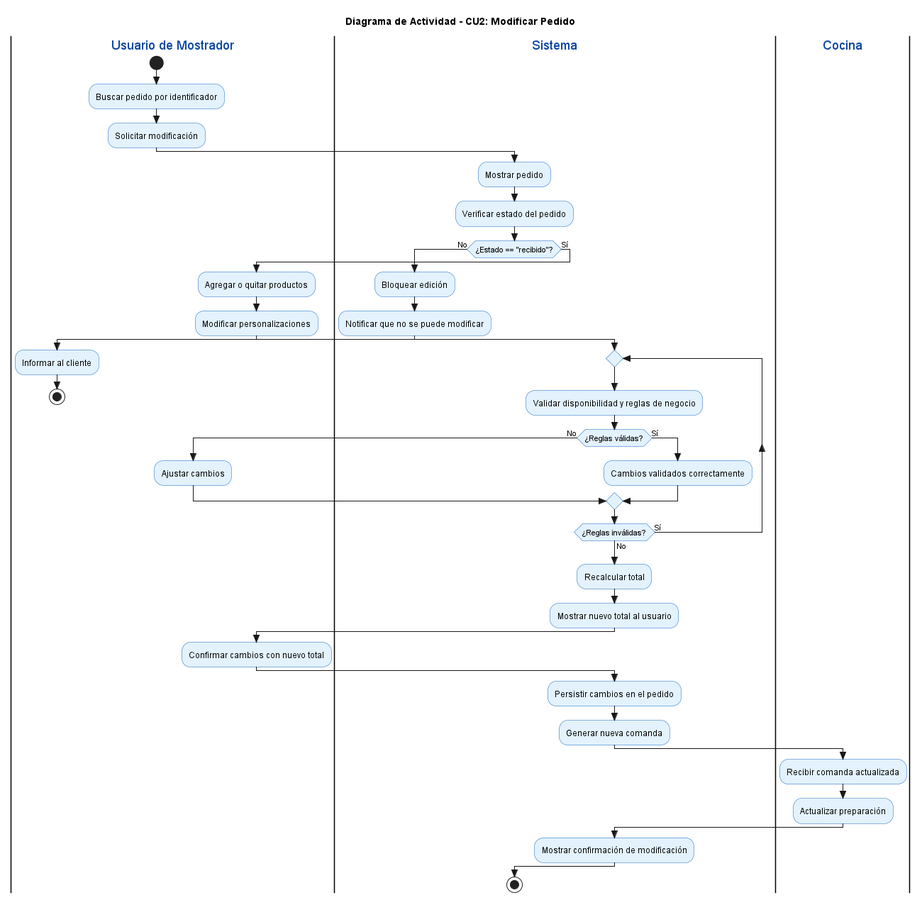
This is diagramas/04-diagramas-actividades/04-actividad-modificar-pedido-02.png from lucasmengarelli3/SistemaPedidos, a PlantUML export, as it was before one commit.
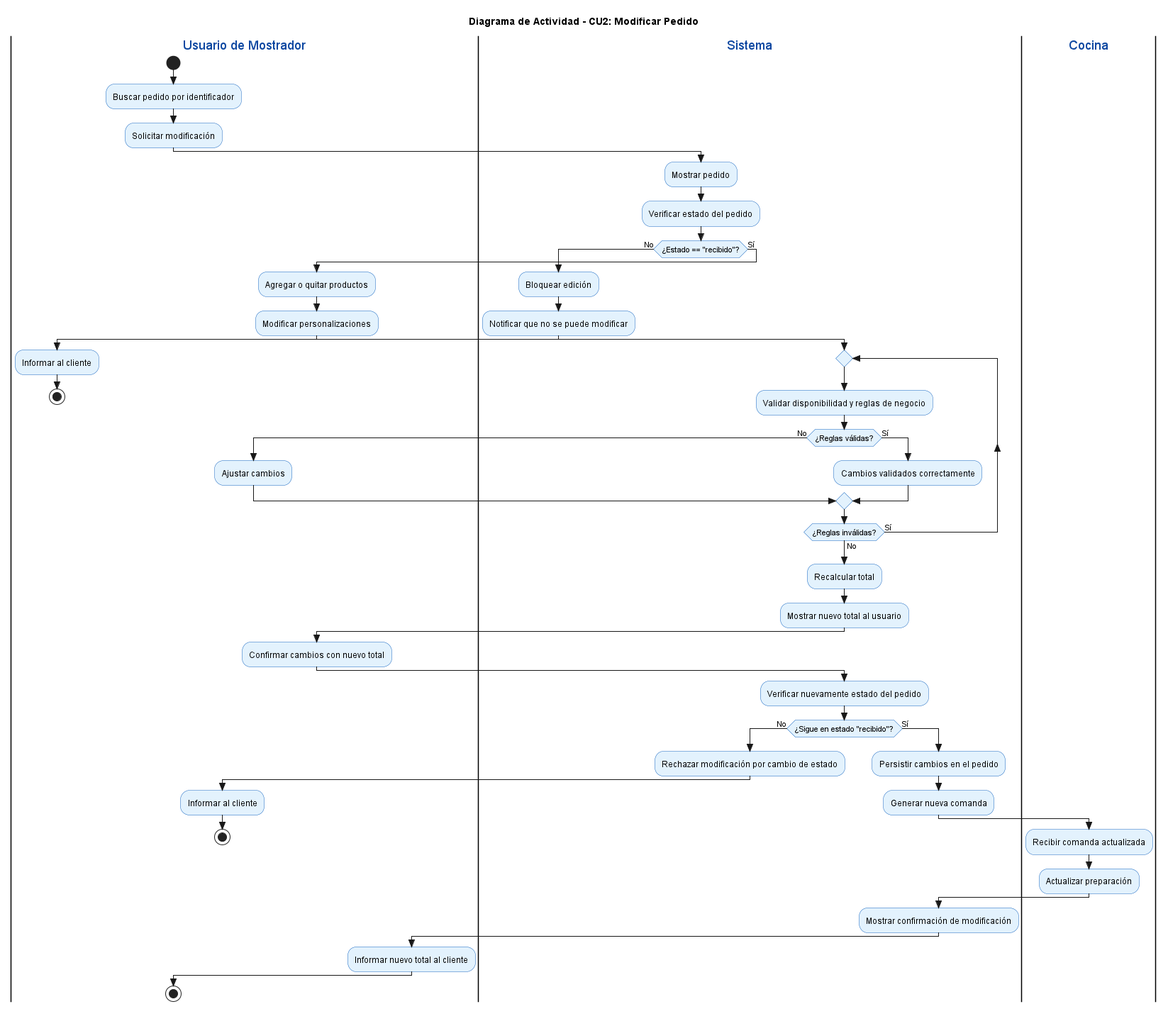
The same file after the commit.

Commit message:
fix: corrige changelog, diagramas y doc de IA segun revision final

Diff of the diagram source:
```diff
@@ -46,15 +46,27 @@
   :Confirmar cambios con nuevo total;
 
   |Sistema|
-  :Persistir cambios en el pedido;
-  :Generar nueva comanda;
+  :Verificar nuevamente estado del pedido;
+  if (¿Sigue en estado "recibido"?) then (No)
+    |Sistema|
+    :Rechazar modificación por cambio de estado;
+    |Usuario de Mostrador|
+    :Informar al cliente;
+    stop
+  else (Sí)
+    |Sistema|
+    :Persistir cambios en el pedido;
+    :Generar nueva comanda;
 
-  |Cocina|
-  :Recibir comanda actualizada;
-  :Actualizar preparación;
+    |Cocina|
+    :Recibir comanda actualizada;
+    :Actualizar preparación;
 
-  |Sistema|
-  :Mostrar confirmación de modificación;
+    |Sistema|
+    :Mostrar confirmación de modificación;
+    |Usuario de Mostrador|
+    :Informar nuevo total al cliente;
+  endif
 endif
 stop
 @enduml
```
